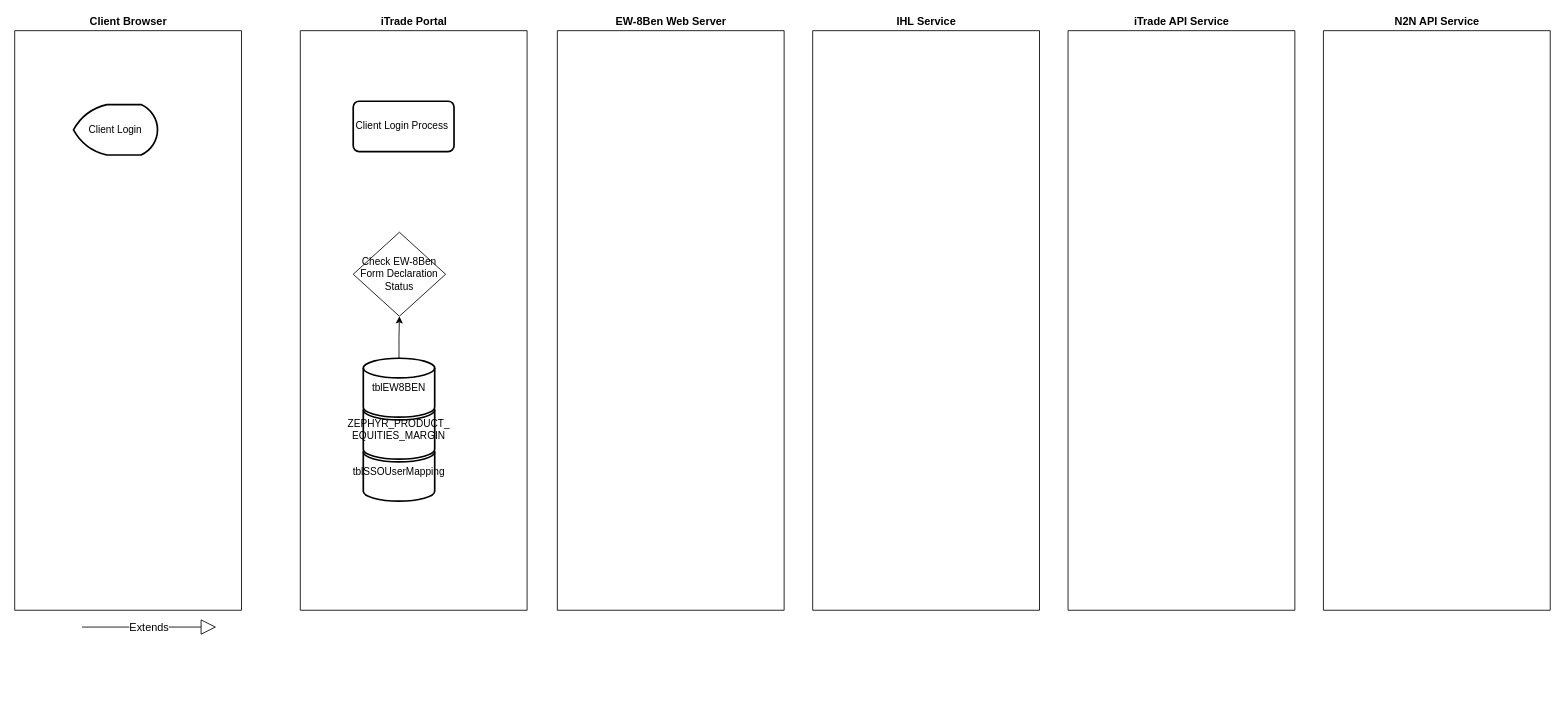
Before: Untitled Diagram.drawio in myomyo/branch, a draw.io diagram. Source tidied: cells renumbered, new cells numbered last; positions are measured from the earlier drawing's top-left corner, leaving out a move shared by most shapes. Both pictures are drawn from the tidied source at 84%, with x=0, y=0 at pixel (14, 30).
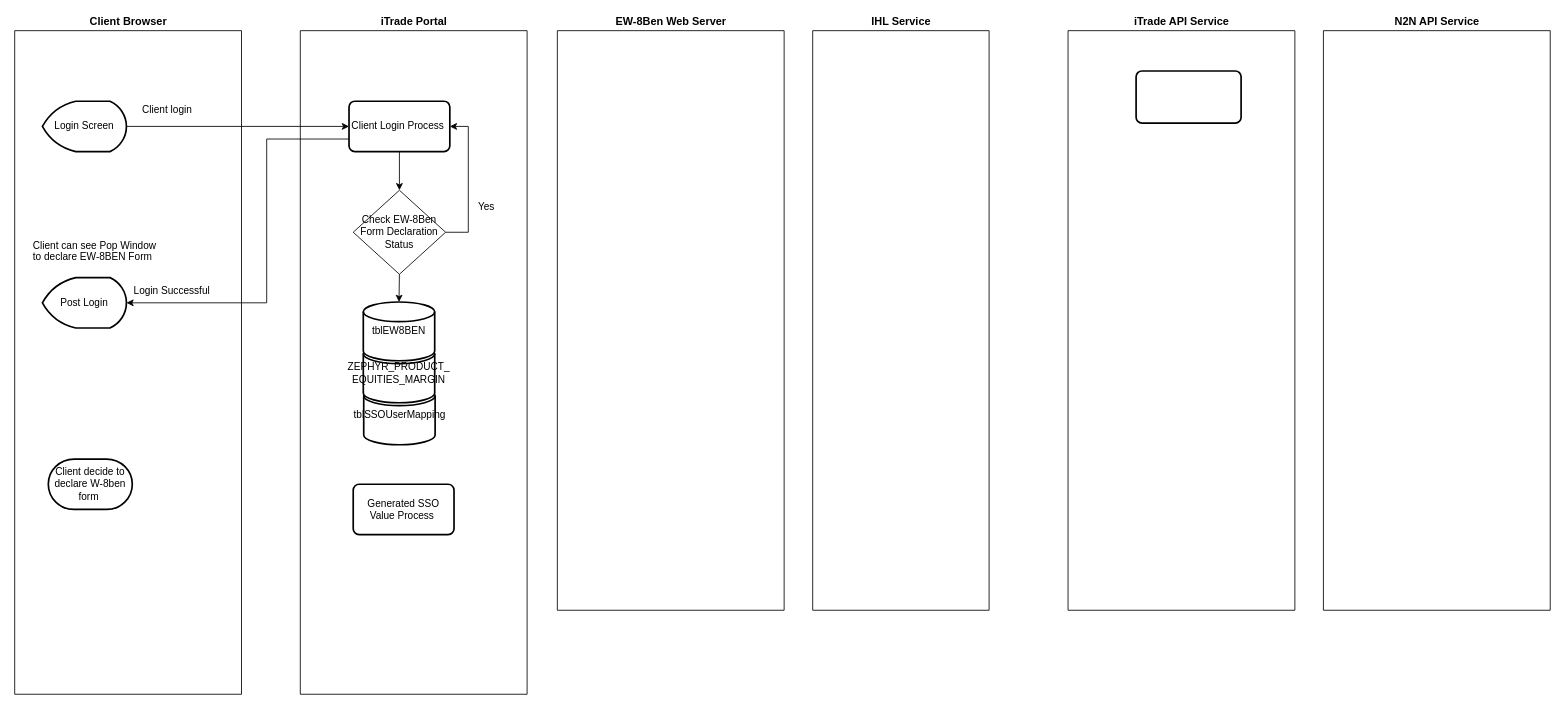
The same page after the edit.

Diff of the diagram source:
```diff
@@
     <mxCell id="2" value="Client Browser" style="verticalLabelPosition=top;verticalAlign=bottom;html=1;shape=mxgraph.basic.rect;fillColor=#ffffff;fillColor2=none;strokeColor=#000000;strokeWidth=1;size=20;indent=5;labelPosition=center;align=center;fontStyle=1;fontSize=13;" parent="1" vertex="1">
-      <mxGeometry width="270" height="690" as="geometry" />
+      <mxGeometry width="270" height="790" as="geometry" />
     </mxCell>
     <mxCell id="3" value="iTrade Portal" style="verticalLabelPosition=top;verticalAlign=bottom;html=1;shape=mxgraph.basic.rect;fillColor=#ffffff;fillColor2=none;strokeColor=#000000;strokeWidth=1;size=20;indent=5;labelPosition=center;align=center;fontStyle=1;fontSize=13;" parent="1" vertex="1">
-      <mxGeometry x="340" width="270" height="690" as="geometry" />
+      <mxGeometry x="340" width="270" height="790" as="geometry" />
     </mxCell>
+    <mxCell id="16" style="edgeStyle=orthogonalEdgeStyle;rounded=0;jettySize=auto;html=1;exitX=1;exitY=0.5;exitDx=0;exitDy=0;exitPerimeter=0;entryX=0;entryY=0.5;entryDx=0;entryDy=0;fontSize=13;" parent="1" edge="1" source="4" target="5">
+      <mxGeometry relative="1" as="geometry" />
+    </mxCell>
-    <mxCell id="4" value="Client Login" style="strokeWidth=2;html=1;shape=mxgraph.flowchart.display;whiteSpace=wrap;" parent="1" vertex="1">
-      <mxGeometry x="70" y="88" width="100" height="60" as="geometry" />
+    <mxCell id="4" value="Login Screen" style="strokeWidth=2;html=1;shape=mxgraph.flowchart.display;whiteSpace=wrap;" parent="1" vertex="1">
+      <mxGeometry x="33" y="84" width="100" height="60" as="geometry" />
     </mxCell>
+    <mxCell id="17" style="edgeStyle=orthogonalEdgeStyle;rounded=0;jettySize=auto;html=1;exitX=0.5;exitY=1;exitDx=0;exitDy=0;fontSize=13;" parent="1" edge="1" source="5" target="6">
+      <mxGeometry relative="1" as="geometry" />
+    </mxCell>
+    <mxCell id="18" style="edgeStyle=orthogonalEdgeStyle;rounded=0;jettySize=auto;html=1;exitX=0;exitY=0.75;exitDx=0;exitDy=0;entryX=1;entryY=0.5;entryDx=0;entryDy=0;entryPerimeter=0;fontSize=13;" parent="1" edge="1" source="5" target="22">
+      <mxGeometry relative="1" as="geometry">
+        <Array as="points">
+          <mxPoint x="300" y="129" />
+          <mxPoint x="300" y="324" />
+        </Array>
+      </mxGeometry>
+    </mxCell>
     <mxCell id="5" value="Client Login Process&amp;nbsp;" style="rounded=1;whiteSpace=wrap;html=1;absoluteArcSize=1;arcSize=14;strokeWidth=2;" parent="1" vertex="1">
-      <mxGeometry x="403" y="84" width="120" height="60" as="geometry" />
+      <mxGeometry x="398" y="84" width="120" height="60" as="geometry" />
     </mxCell>
+    <mxCell id="19" style="edgeStyle=orthogonalEdgeStyle;rounded=0;jettySize=auto;html=1;exitX=1;exitY=0.5;exitDx=0;exitDy=0;entryX=1;entryY=0.5;entryDx=0;entryDy=0;fontSize=13;" parent="1" edge="1" source="6" target="5">
+      <mxGeometry relative="1" as="geometry">
+        <Array as="points">
+          <mxPoint x="540" y="240" />
+          <mxPoint x="540" y="114" />
+        </Array>
+      </mxGeometry>
+    </mxCell>
     <mxCell id="6" value="&lt;span&gt;Check EW-8Ben Form Declaration Status&lt;/span&gt;" style="rhombus;whiteSpace=wrap;html=1;" parent="1" vertex="1">
-      <mxGeometry x="403" y="240" width="110" height="100" as="geometry" />
+      <mxGeometry x="403" y="190" width="110" height="100" as="geometry" />
     </mxCell>
@@
     <mxCell id="8" value="IHL Service" style="verticalLabelPosition=top;verticalAlign=bottom;html=1;shape=mxgraph.basic.rect;fillColor=#ffffff;fillColor2=none;strokeColor=#000000;strokeWidth=1;size=20;indent=5;labelPosition=center;align=center;fontStyle=1;fontSize=13;" parent="1" vertex="1">
-      <mxGeometry x="950" width="270" height="690" as="geometry" />
+      <mxGeometry x="950" width="210" height="690" as="geometry" />
     </mxCell>
@@
     <mxCell id="11" value="tblSSOUserMapping" style="strokeWidth=2;html=1;shape=mxgraph.flowchart.database;whiteSpace=wrap;" parent="1" vertex="1">
-      <mxGeometry x="415" y="490" width="85" height="70" as="geometry" />
+      <mxGeometry x="415.5" y="423" width="85" height="70" as="geometry" />
     </mxCell>
     <mxCell id="12" value="ZEPHYR_PRODUCT_&lt;br&gt;EQUITIES_MARGIN" style="strokeWidth=2;shape=mxgraph.flowchart.database;whiteSpace=wrap;html=1;labelPosition=center;verticalLabelPosition=middle;align=center;verticalAlign=middle;" parent="1" vertex="1">
-      <mxGeometry x="415" y="440" width="85" height="70" as="geometry" />
+      <mxGeometry x="415" y="373" width="85" height="70" as="geometry" />
     </mxCell>
-    <mxCell id="13" style="edgeStyle=orthogonalEdgeStyle;rounded=0;jettySize=auto;html=1;exitX=0.5;exitY=0;exitDx=0;exitDy=0;exitPerimeter=0;entryX=0.5;entryY=1;entryDx=0;entryDy=0;fontSize=13;" parent="1" edge="1" source="14" target="6">
+    <mxCell id="13" style="edgeStyle=orthogonalEdgeStyle;rounded=0;jettySize=auto;html=1;exitX=0.5;exitY=1;exitDx=0;exitDy=0;entryX=0.5;entryY=0;entryDx=0;entryDy=0;fontSize=13;verticalAlign=bottom;entryPerimeter=0;" parent="1" edge="1" source="6" target="14">
       <mxGeometry relative="1" as="geometry" />
     </mxCell>
     <mxCell id="14" value="tblEW8BEN" style="strokeWidth=2;html=1;shape=mxgraph.flowchart.database;whiteSpace=wrap;" parent="1" vertex="1">
-      <mxGeometry x="415" y="390" width="85" height="70" as="geometry" />
+      <mxGeometry x="415" y="323" width="85" height="70" as="geometry" />
     </mxCell>
-    <mxCell id="15" value="Extends" style="endArrow=block;endSize=16;endFill=0;html=1;fontSize=13;" parent="1" edge="1">
-      <mxGeometry relative="1" as="geometry">
-        <mxPoint x="80" y="710" as="sourcePoint" />
-        <mxPoint x="240" y="710" as="targetPoint" />
-      </mxGeometry>
-    </mxCell>
+    <mxCell id="20" value="Yes&lt;br style=&quot;font-size: 12px;&quot;&gt;" style="text;html=1;align=left;verticalAlign=top;spacingTop=-4;fontSize=12;" parent="1" vertex="1">
+      <mxGeometry x="550" y="200" width="40" height="20" as="geometry" />
+    </mxCell>
+    <mxCell id="21" style="rounded=1;whiteSpace=wrap;html=1;absoluteArcSize=1;arcSize=14;strokeWidth=2;fontSize=13;" parent="1" vertex="1">
+      <mxGeometry x="1335" y="48" width="125" height="62" as="geometry" />
+    </mxCell>
+    <mxCell id="22" value="Post Login" style="strokeWidth=2;html=1;shape=mxgraph.flowchart.display;whiteSpace=wrap;" parent="1" vertex="1">
+      <mxGeometry x="33" y="294" width="100" height="60" as="geometry" />
+    </mxCell>
+    <mxCell id="23" value="Login Successful&lt;br style=&quot;font-size: 12px;&quot;&gt;" style="text;html=1;align=left;verticalAlign=top;spacingTop=-4;fontSize=12;" parent="1" vertex="1">
+      <mxGeometry x="140" y="300" width="110" height="20" as="geometry" />
+    </mxCell>
+    <mxCell id="24" value="Client can see Pop Window &lt;br style=&quot;font-size: 12px;&quot;&gt;to declare EW-8BEN Form&lt;br style=&quot;font-size: 12px;&quot;&gt;" style="text;html=1;align=left;verticalAlign=top;spacingTop=-4;fontSize=12;" parent="1" vertex="1">
+      <mxGeometry x="20" y="246" width="180" height="30" as="geometry" />
+    </mxCell>
+    <mxCell id="25" value="Client login&lt;br style=&quot;font-size: 12px;&quot;&gt;" style="text;html=1;align=left;verticalAlign=top;spacingTop=-4;fontSize=12;" parent="1" vertex="1">
+      <mxGeometry x="150" y="84" width="80" height="20" as="geometry" />
+    </mxCell>
+    <mxCell id="26" value="Client decide to declare W-8ben form&amp;nbsp;" style="strokeWidth=2;html=1;shape=mxgraph.flowchart.terminator;whiteSpace=wrap;fontSize=12;" parent="1" vertex="1">
+      <mxGeometry x="40" y="510" width="100" height="60" as="geometry" />
+    </mxCell>
+    <mxCell id="27" value="Generated SSO Value Process&amp;nbsp;" style="rounded=1;whiteSpace=wrap;html=1;absoluteArcSize=1;arcSize=14;strokeWidth=2;" parent="1" vertex="1">
+      <mxGeometry x="403" y="540" width="120" height="60" as="geometry" />
+    </mxCell>
```
